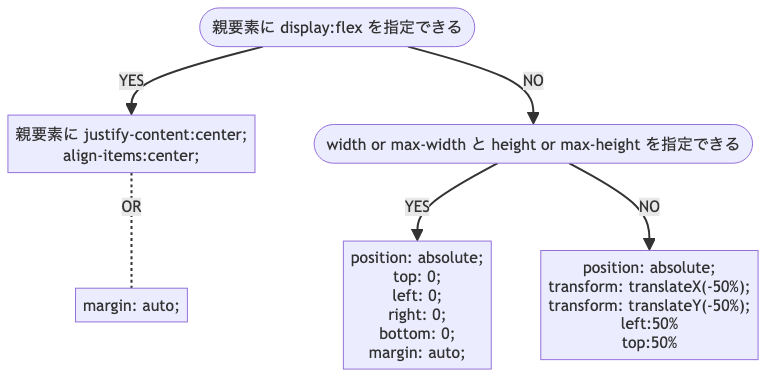
Before: public/images/posts/center.png, a diagram exported from Mermaid (pokuwagata/yn2011-blog). Its source is kept beside it as mmd/center.mmd. Source of this version:
```mermaid
graph TD;
    1([親要素に display:flex を指定できる])
    1-- YES -->2[親要素に justify-content:center;\nalign-items:center;]
    2-. OR .-3[margin: auto;]
    1-- NO -->4([width or max-width と height or max-height を指定できる])
    4-- YES -->5[position: absolute;\ntop: 0;\nleft: 0;\nright: 0;\nbottom: 0;\nmargin: auto;]
    4-- NO -->6["position: absolute;\ntransform: translateX(-50%);\ntransform: translateY(-50%);\nleft:50%\ntop:50%"]
```
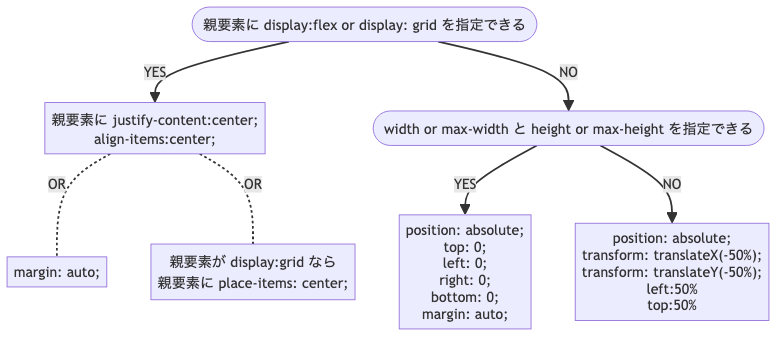
Above is the later version.

Diff of the diagram source:
```diff
@@ -1,7 +1,8 @@
 graph TD;
-    1([親要素に display:flex を指定できる])
-    1-- YES -->2[親要素に justify-content:center;\nalign-items:center;]
+    1([親要素に display:flex or display: grid を指定できる])
+    1-- YES -->2["親要素に justify-content:center;\nalign-items:center;\n"]
     2-. OR .-3[margin: auto;]
+    2-. OR .-7[親要素が display:grid なら\n 親要素に place-items: center;]
     1-- NO -->4([width or max-width と height or max-height を指定できる])
     4-- YES -->5[position: absolute;\ntop: 0;\nleft: 0;\nright: 0;\nbottom: 0;\nmargin: auto;]
     4-- NO -->6["position: absolute;\ntransform: translateX(-50%);\ntransform: translateY(-50%);\nleft:50%\ntop:50%"]
```
